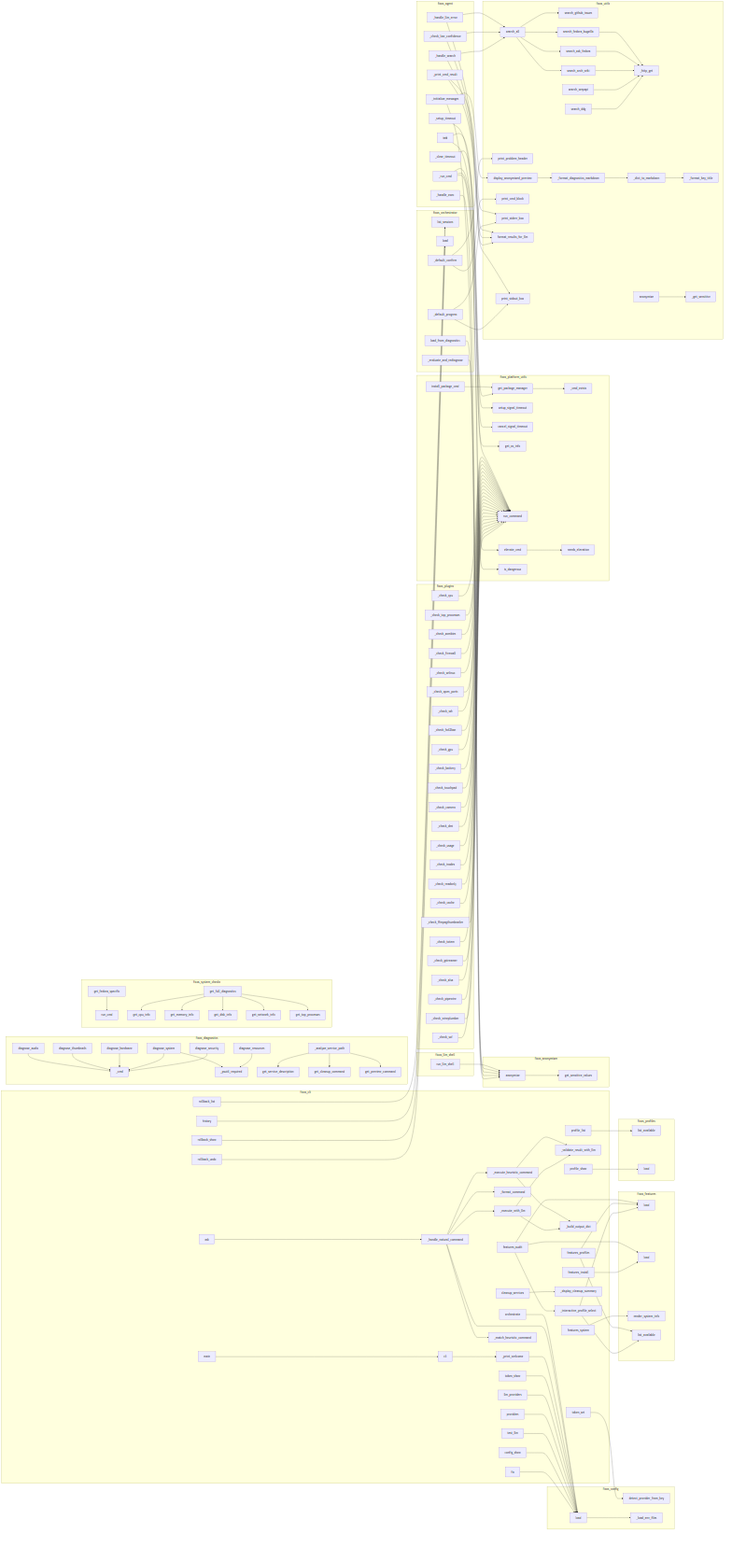
This is project/calls.png from wronai/fixos, a Mermaid export, as it was before one commit. Its source is kept beside it as project/calls.mmd.
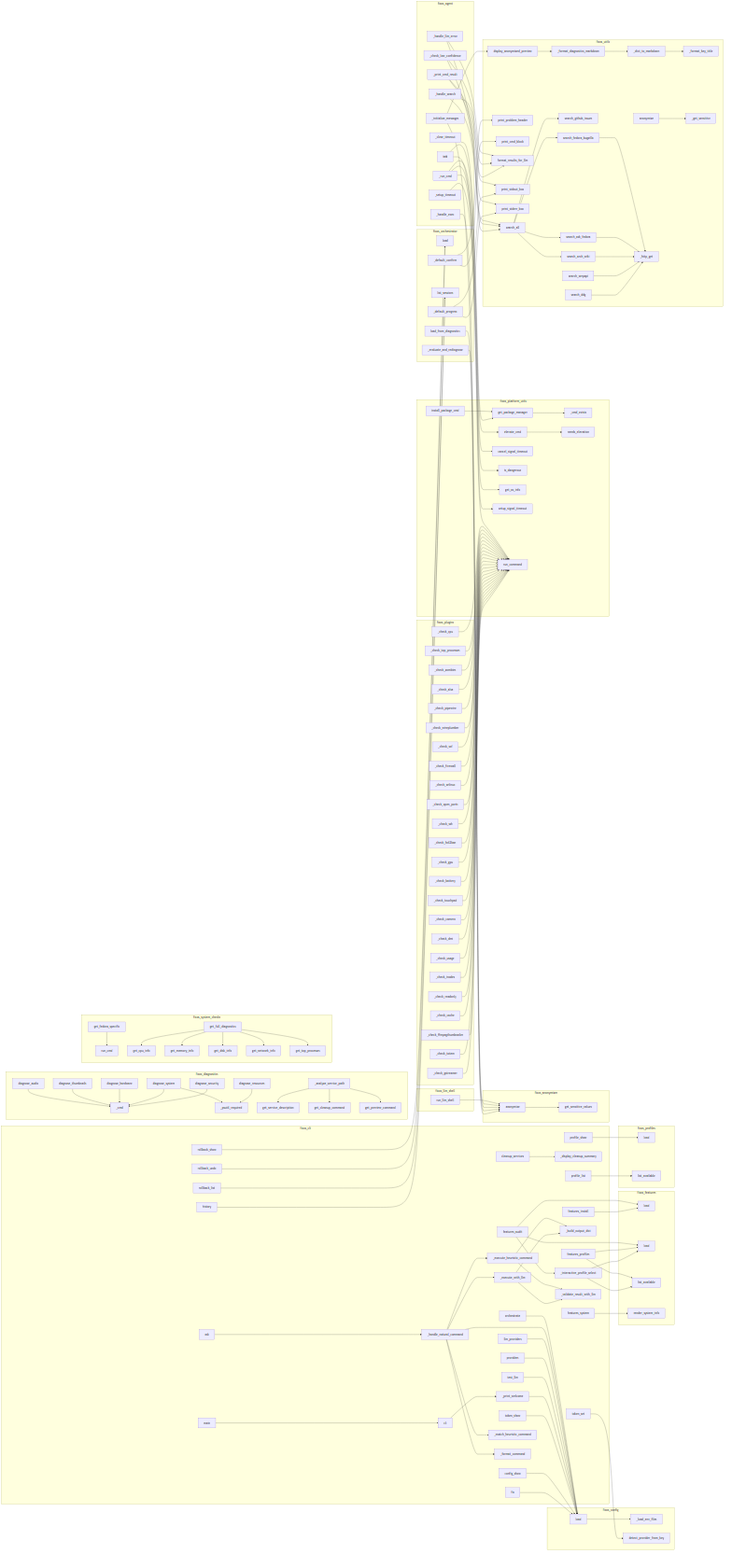
After the commit.

What changed in the source:
```diff
@@ -1,175 +1,175 @@
 flowchart LR
     subgraph fixos_agent
-        fixos___initialize_messages["_initialize_messages"]
         fixos___handle_llm_error["_handle_llm_error"]
-        fixos___handle_exec["_handle_exec"]
-        fixos___clear_timeout["_clear_timeout"]
-        fixos___print_cmd_result["_print_cmd_result"]
-        fixos___initialize_messages["_initialize_messages"]
-        fixos___check_low_confidence["_check_low_confidence"]
         fixos___setup_timeout["_setup_timeout"]
         fixos__agent__hitl_session__HITLSession____init__["__init__"]
+        fixos___handle_exec["_handle_exec"]
+        fixos___check_low_confidence["_check_low_confidence"]
+        fixos___handle_llm_error["_handle_llm_error"]
+        fixos___clear_timeout["_clear_timeout"]
+        fixos___initialize_messages["_initialize_messages"]
+        fixos___initialize_messages["_initialize_messages"]
+        fixos___handle_search["_handle_search"]
         fixos__agent__hitl_session__HITLSession___run_cmd["_run_cmd"]
-        fixos___handle_llm_error["_handle_llm_error"]
-        fixos___handle_search["_handle_search"]
+        fixos___print_cmd_result["_print_cmd_result"]
     end
     subgraph fixos_anonymizer
+        fixos__anonymizer__get_sensitive_values["get_sensitive_values"]
         fixos__anonymizer__anonymize["anonymize"]
-        fixos__anonymizer__get_sensitive_values["get_sensitive_values"]
     end
     subgraph fixos_cli
+        fixos__cli__features_cmd__features_audit["features_audit"]
+        fixos__cli__orchestrate_cmd__orchestrate["orchestrate"]
+        fixos__cli__main___print_welcome["_print_welcome"]
+        fixos__cli__provider_cmd__providers["providers"]
+        fixos__cli__history_cmd__history["history"]
+        fixos__cli__config_cmd__config_show["config_show"]
+        fixos__cli__main__main["main"]
+        fixos__cli__features_cmd__features_system["features_system"]
+        fixos__cli__ask_cmd___handle_natural_command["_handle_natural_command"]
+        fixos__cli__ask_cmd___validate_result_with_llm["_validate_result_with_llm"]
+        fixos__cli__rollback_cmd__rollback_show["rollback_show"]
+        fixos__cli__profile_cmd__profile_list["profile_list"]
+        fixos__cli__profile_cmd__profile_show["profile_show"]
+        fixos__cli__ask_cmd___build_output_dict["_build_output_dict"]
+        fixos__cli__ask_cmd___match_heuristic_command["_match_heuristic_command"]
         fixos__cli__features_cmd__features_install["features_install"]
         fixos__cli__provider_cmd__llm_providers["llm_providers"]
-        fixos__cli__ask_cmd___validate_result_with_llm["_validate_result_with_llm"]
         fixos__cli__provider_cmd__test_llm["test_llm"]
-        fixos__cli__orchestrate_cmd__orchestrate["orchestrate"]
         fixos__cli__cleanup_cmd__cleanup_services["cleanup_services"]
+        fixos__cli__cleanup_cmd___display_cleanup_summary["_display_cleanup_summary"]
         fixos__cli__rollback_cmd__rollback_undo["rollback_undo"]
-        fixos__cli__history_cmd__history["history"]
-        fixos__cli__rollback_cmd__rollback_show["rollback_show"]
-        fixos__cli__ask_cmd___handle_natural_command["_handle_natural_command"]
-        fixos__cli__profile_cmd__profile_list["profile_list"]
+        fixos__cli__token_cmd__token_show["token_show"]
+        fixos__cli__fix_cmd__fix["fix"]
         fixos__cli__rollback_cmd__rollback_list["rollback_list"]
-        fixos__cli__ask_cmd___build_output_dict["_build_output_dict"]
-        fixos__cli__fix_cmd__fix["fix"]
         fixos__cli__ask_cmd___execute_heuristic_command["_execute_heuristic_command"]
-        fixos__cli__main__main["main"]
-        fixos__cli__ask_cmd___format_command["_format_command"]
-        fixos__cli__profile_cmd__profile_show["profile_show"]
+        fixos__cli__main__cli["cli"]
         fixos__cli__ask_cmd__ask["ask"]
-        fixos__cli__provider_cmd__providers["providers"]
-        fixos__cli__ask_cmd___match_heuristic_command["_match_heuristic_command"]
-        fixos__cli__features_cmd__features_audit["features_audit"]
         fixos__cli__ask_cmd___execute_with_llm["_execute_with_llm"]
         fixos___interactive_profile_select["_interactive_profile_select"]
-        fixos__cli__main__cli["cli"]
         fixos__cli__features_cmd__features_profiles["features_profiles"]
+        fixos__cli__ask_cmd___format_command["_format_command"]
         fixos__cli__token_cmd__token_set["token_set"]
-        fixos__cli__features_cmd__features_system["features_system"]
-        fixos__cli__main___print_welcome["_print_welcome"]
-        fixos__cli__config_cmd__config_show["config_show"]
-        fixos__cli__cleanup_cmd___display_cleanup_summary["_display_cleanup_summary"]
-        fixos__cli__token_cmd__token_show["token_show"]
     end
     subgraph fixos_config
+        fixos__config___load_env_files["_load_env_files"]
         fixos__config__detect_provider_from_key["detect_provider_from_key"]
         fixos__config__FixOsConfig__load["load"]
-        fixos__config___load_env_files["_load_env_files"]
     end
     subgraph fixos_diagnostics
-        fixos__diagnostics__system_checks__diagnose_audio["diagnose_audio"]
+        fixos__diagnose_thumbnails["diagnose_thumbnails"]
+        fixos__get_cleanup_command["get_cleanup_command"]
         fixos__diagnose_security["diagnose_security"]
-        fixos__diagnostics__system_checks___cmd["_cmd"]
         fixos__diagnose_hardware["diagnose_hardware"]
-        fixos__get_cleanup_command["get_cleanup_command"]
-        fixos___psutil_required["_psutil_required"]
-        fixos__get_preview_command["get_preview_command"]
-        fixos__get_service_description["get_service_description"]
-        fixos___analyze_service_path["_analyze_service_path"]
         fixos__diagnose_resources["diagnose_resources"]
         fixos__diagnostics__system_checks__diagnose_system["diagnose_system"]
-        fixos__diagnose_thumbnails["diagnose_thumbnails"]
+        fixos__get_preview_command["get_preview_command"]
+        fixos___analyze_service_path["_analyze_service_path"]
+        fixos__get_service_description["get_service_description"]
+        fixos___psutil_required["_psutil_required"]
+        fixos__diagnostics__system_checks__diagnose_audio["diagnose_audio"]
+        fixos__diagnostics__system_checks___cmd["_cmd"]
     end
     subgraph fixos_features
         fixos__features__catalog__PackageCatalog__load["load"]
-        fixos__features__profiles__UserProfile__load["load"]
         fixos__list_available["list_available"]
         fixos__render_system_info["render_system_info"]
+        fixos__features__profiles__UserProfile__load["load"]
     end
     subgraph fixos_llm_shell
         fixos__llm_shell__run_llm_shell["run_llm_shell"]
     end
     subgraph fixos_orchestrator
-        fixos___default_confirm["_default_confirm"]
-        fixos___default_progress["_default_progress"]
         fixos__list_sessions["list_sessions"]
         fixos__load_from_diagnostics["load_from_diagnostics"]
         fixos__load["load"]
         fixos___evaluate_and_rediagnose["_evaluate_and_rediagnose"]
+        fixos___default_progress["_default_progress"]
+        fixos___default_confirm["_default_confirm"]
     end
     subgraph fixos_platform_utils
+        fixos__platform_utils__get_package_manager["get_package_manager"]
+        fixos__platform_utils__cancel_signal_timeout["cancel_signal_timeout"]
+        fixos__platform_utils__run_command["run_command"]
+        fixos__platform_utils___cmd_exists["_cmd_exists"]
+        fixos__platform_utils__elevate_cmd["elevate_cmd"]
+        fixos__platform_utils__needs_elevation["needs_elevation"]
         fixos__platform_utils__install_package_cmd["install_package_cmd"]
         fixos__platform_utils__setup_signal_timeout["setup_signal_timeout"]
-        fixos__platform_utils__get_package_manager["get_package_manager"]
         fixos__platform_utils__is_dangerous["is_dangerous"]
-        fixos__platform_utils__needs_elevation["needs_elevation"]
-        fixos__platform_utils___cmd_exists["_cmd_exists"]
-        fixos__platform_utils__run_command["run_command"]
-        fixos__platform_utils__elevate_cmd["elevate_cmd"]
-        fixos__platform_utils__cancel_signal_timeout["cancel_signal_timeout"]
         fixos__platform_utils__get_os_info["get_os_info"]
     end
     subgraph fixos_plugins
         fixos___check_usage["_check_usage"]
+        fixos___check_gstreamer["_check_gstreamer"]
+        fixos___check_totem["_check_totem"]
         fixos___check_dmi["_check_dmi"]
+        fixos___check_battery["_check_battery"]
+        fixos___check_gpu["_check_gpu"]
+        fixos___check_top_processes["_check_top_processes"]
+        fixos___check_cache["_check_cache"]
+        fixos___check_touchpad["_check_touchpad"]
+        fixos___check_ffmpegthumbnailer["_check_ffmpegthumbnailer"]
+        fixos___check_alsa["_check_alsa"]
+        fixos___check_pipewire["_check_pipewire"]
+        fixos___check_readonly["_check_readonly"]
+        fixos___check_cpu["_check_cpu"]
+        fixos___check_wireplumber["_check_wireplumber"]
+        fixos___check_camera["_check_camera"]
+        fixos___check_selinux["_check_selinux"]
+        fixos___check_inodes["_check_inodes"]
         fixos__plugins__builtin__audio__Plugin___check_sof["_check_sof"]
-        fixos___check_selinux["_check_selinux"]
-        fixos___check_readonly["_check_readonly"]
-        fixos___check_totem["_check_totem"]
-        fixos___check_camera["_check_camera"]
-        fixos___check_gpu["_check_gpu"]
+        fixos___check_zombies["_check_zombies"]
+        fixos___check_open_ports["_check_open_ports"]
         fixos___check_firewall["_check_firewall"]
-        fixos___check_battery["_check_battery"]
-        fixos___check_open_ports["_check_open_ports"]
-        fixos___check_alsa["_check_alsa"]
-        fixos___check_top_processes["_check_top_processes"]
-        fixos___check_ffmpegthumbnailer["_check_ffmpegthumbnailer"]
-        fixos___check_cpu["_check_cpu"]
-        fixos___check_zombies["_check_zombies"]
+        fixos___check_ssh["_check_ssh"]
         fixos___check_fail2ban["_check_fail2ban"]
-        fixos___check_touchpad["_check_touchpad"]
-        fixos___check_pipewire["_check_pipewire"]
-        fixos___check_wireplumber["_check_wireplumber"]
-        fixos___check_ssh["_check_ssh"]
-        fixos___check_inodes["_check_inodes"]
-        fixos___check_cache["_check_cache"]
-        fixos___check_gstreamer["_check_gstreamer"]
     end
     subgraph fixos_profiles
         fixos__profiles__Profile__load["load"]
         fixos__profiles__Profile__list_available["list_available"]
     end
     subgraph fixos_system_checks
+        fixos__system_checks__get_cpu_info["get_cpu_info"]
+        fixos__system_checks__get_disk_info["get_disk_info"]
         fixos__system_checks__get_full_diagnostics["get_full_diagnostics"]
-        fixos__system_checks__get_disk_info["get_disk_info"]
+        fixos__system_checks__get_top_processes["get_top_processes"]
         fixos__system_checks__run_cmd["run_cmd"]
-        fixos__system_checks__get_cpu_info["get_cpu_info"]
-        fixos__system_checks__get_top_processes["get_top_processes"]
+        fixos__system_checks__get_network_info["get_network_info"]
+        fixos__system_checks__get_fedora_specific["get_fedora_specific"]
         fixos__system_checks__get_memory_info["get_memory_info"]
-        fixos__system_checks__get_fedora_specific["get_fedora_specific"]
-        fixos__system_checks__get_network_info["get_network_info"]
     end
     subgraph fixos_utils
+        fixos__utils__web_search__search_ddg["search_ddg"]
+        fixos__utils__web_search___http_get["_http_get"]
         fixos__utils__anonymizer__anonymize["anonymize"]
-        fixos__utils__web_search__search_fedora_bugzilla["search_fedora_bugzilla"]
-        fixos__utils__web_search__search_serpapi["search_serpapi"]
+        fixos__utils__anonymizer___format_key_title["_format_key_title"]
         fixos__utils__anonymizer___dict_to_markdown["_dict_to_markdown"]
         fixos__utils__web_search__search_github_issues["search_github_issues"]
-        fixos__utils__web_search___http_get["_http_get"]
+        fixos__utils__web_search__format_results_for_llm["format_results_for_llm"]
+        fixos__utils__web_search__search_all["search_all"]
+        fixos__utils__web_search__search_serpapi["search_serpapi"]
         fixos__utils__terminal__print_stdout_box["print_stdout_box"]
+        fixos__utils__web_search__search_fedora_bugzilla["search_fedora_bugzilla"]
+        fixos__utils__web_search__search_arch_wiki["search_arch_wiki"]
+        fixos__utils__web_search__search_ask_fedora["search_ask_fedora"]
+        fixos__utils__anonymizer___get_sensitive["_get_sensitive"]
+        fixos__utils__terminal__print_problem_header["print_problem_header"]
+        fixos__utils__terminal__print_stderr_box["print_stderr_box"]
+        fixos___format_diagnostics_markdown["_format_diagnostics_markdown"]
+        fixos__utils__terminal__print_cmd_block["print_cmd_block"]
         fixos__display_anonymized_preview["display_anonymized_preview"]
-        fixos__utils__terminal__print_stderr_box["print_stderr_box"]
-        fixos__utils__terminal__print_problem_header["print_problem_header"]
-        fixos__utils__web_search__search_all["search_all"]
-        fixos__utils__anonymizer___get_sensitive["_get_sensitive"]
-        fixos__utils__web_search__search_arch_wiki["search_arch_wiki"]
-        fixos__utils__anonymizer___format_key_title["_format_key_title"]
-        fixos__utils__web_search__format_results_for_llm["format_results_for_llm"]
-        fixos__utils__web_search__search_ask_fedora["search_ask_fedora"]
-        fixos___format_diagnostics_markdown["_format_diagnostics_markdown"]
-        fixos__utils__web_search__search_ddg["search_ddg"]
-        fixos__utils__terminal__print_cmd_block["print_cmd_block"]
     end
     fixos__platform_utils__elevate_cmd --> fixos__platform_utils__needs_elevation
     fixos__platform_utils__get_package_manager --> fixos__platform_utils___cmd_exists
     fixos__platform_utils__install_package_cmd --> fixos__platform_utils__get_package_manager
+    fixos__anonymizer__anonymize --> fixos__anonymizer__get_sensitive_values
     fixos__system_checks__get_fedora_specific --> fixos__system_checks__run_cmd
     fixos__system_checks__get_full_diagnostics --> fixos__system_checks__get_cpu_info
     fixos__system_checks__get_full_diagnostics --> fixos__system_checks__get_memory_info
     fixos__system_checks__get_full_diagnostics --> fixos__system_checks__get_disk_info
     fixos__system_checks__get_full_diagnostics --> fixos__system_checks__get_network_info
     fixos__system_checks__get_full_diagnostics --> fixos__system_checks__get_top_processes
-    fixos__anonymizer__anonymize --> fixos__anonymizer__get_sensitive_values
     fixos__llm_shell__run_llm_shell --> fixos__anonymizer__anonymize
     fixos__diagnostics__system_checks__diagnose_audio --> fixos__diagnostics__system_checks___cmd
     fixos__diagnose_thumbnails --> fixos__diagnostics__system_checks___cmd
@@ -197,19 +197,15 @@
     fixos___analyze_service_path --> fixos__get_service_description
     fixos___analyze_service_path --> fixos__get_cleanup_command
     fixos___analyze_service_path --> fixos__get_preview_command
+    fixos___handle_search --> fixos__utils__web_search__search_all
+    fixos___handle_search --> fixos__utils__web_search__format_results_for_llm
+    fixos___handle_exec --> fixos__anonymizer__anonymize
     fixos__cli__profile_cmd__profile_list --> fixos__profiles__Profile__list_available
     fixos__cli__profile_cmd__profile_show --> fixos__profiles__Profile__load
     fixos__cli__orchestrate_cmd__orchestrate --> fixos__config__FixOsConfig__load
     fixos__cli__rollback_cmd__rollback_list --> fixos__list_sessions
     fixos__cli__rollback_cmd__rollback_show --> fixos__load
     fixos__cli__rollback_cmd__rollback_undo --> fixos__load
-    fixos__cli__provider_cmd__llm_providers --> fixos__config__FixOsConfig__load
-    fixos__cli__provider_cmd__providers --> fixos__config__FixOsConfig__load
-    fixos__cli__provider_cmd__test_llm --> fixos__config__FixOsConfig__load
-    fixos___handle_search --> fixos__utils__web_search__search_all
-    fixos___handle_search --> fixos__utils__web_search__format_results_for_llm
-    fixos___handle_exec --> fixos__anonymizer__anonymize
-    fixos__cli__history_cmd__history --> fixos__list_sessions
     fixos__cli__ask_cmd__ask --> fixos__cli__ask_cmd___handle_natural_command
     fixos__cli__ask_cmd___execute_heuristic_command --> fixos__cli__ask_cmd___build_output_dict
     fixos__cli__ask_cmd___execute_heuristic_command --> fixos__cli__ask_cmd___validate_result_with_llm
@@ -220,13 +216,13 @@
     fixos__cli__ask_cmd___handle_natural_command --> fixos__cli__ask_cmd___execute_with_llm
     fixos__cli__ask_cmd___handle_natural_command --> fixos__cli__ask_cmd___format_command
     fixos__cli__ask_cmd___handle_natural_command --> fixos__cli__ask_cmd___execute_heuristic_command
+    fixos__cli__history_cmd__history --> fixos__list_sessions
+    fixos__cli__cleanup_cmd__cleanup_services --> fixos__cli__cleanup_cmd___display_cleanup_summary
     fixos__cli__main__cli --> fixos__cli__main___print_welcome
     fixos__cli__main___print_welcome --> fixos__config__FixOsConfig__load
     fixos__cli__main__main --> fixos__cli__main__cli
     fixos__cli__token_cmd__token_set --> fixos__config__detect_provider_from_key
     fixos__cli__token_cmd__token_show --> fixos__config__FixOsConfig__load
-    fixos__cli__cleanup_cmd__cleanup_services --> fixos__cli__cleanup_cmd___display_cleanup_summary
-    fixos__cli__config_cmd__config_show --> fixos__config__FixOsConfig__load
     fixos__cli__features_cmd__features_audit --> fixos__features__catalog__PackageCatalog__load
     fixos__cli__features_cmd__features_audit --> fixos___interactive_profile_select
     fixos__cli__features_cmd__features_audit --> fixos__features__profiles__UserProfile__load
@@ -236,6 +232,10 @@
     fixos__cli__features_cmd__features_system --> fixos__render_system_info
     fixos___interactive_profile_select --> fixos__list_available
     fixos___interactive_profile_select --> fixos__features__profiles__UserProfile__load
+    fixos__cli__config_cmd__config_show --> fixos__config__FixOsConfig__load
+    fixos__cli__provider_cmd__llm_providers --> fixos__config__FixOsConfig__load
+    fixos__cli__provider_cmd__providers --> fixos__config__FixOsConfig__load
+    fixos__cli__provider_cmd__test_llm --> fixos__config__FixOsConfig__load
     fixos__cli__fix_cmd__fix --> fixos__config__FixOsConfig__load
     fixos__utils__anonymizer__anonymize --> fixos__utils__anonymizer___get_sensitive
     fixos__display_anonymized_preview --> fixos___format_diagnostics_markdown
@@ -256,13 +256,13 @@
     fixos___default_confirm --> fixos__utils__terminal__print_cmd_block
     fixos___default_progress --> fixos__utils__terminal__print_stdout_box
     fixos___default_progress --> fixos__utils__terminal__print_stderr_box
+    fixos___check_cpu --> fixos__platform_utils__run_command
+    fixos___check_top_processes --> fixos__platform_utils__run_command
+    fixos___check_zombies --> fixos__platform_utils__run_command
     fixos___check_alsa --> fixos__platform_utils__run_command
     fixos___check_pipewire --> fixos__platform_utils__run_command
     fixos___check_wireplumber --> fixos__platform_utils__run_command
     fixos__plugins__builtin__audio__Plugin___check_sof --> fixos__platform_utils__run_command
-    fixos___check_cpu --> fixos__platform_utils__run_command
-    fixos___check_top_processes --> fixos__platform_utils__run_command
-    fixos___check_zombies --> fixos__platform_utils__run_command
     fixos___check_gpu --> fixos__platform_utils__run_command
     fixos___check_battery --> fixos__platform_utils__run_command
     fixos___check_touchpad --> fixos__platform_utils__run_command
@@ -273,10 +273,10 @@
     fixos___check_open_ports --> fixos__platform_utils__run_command
     fixos___check_ssh --> fixos__platform_utils__run_command
     fixos___check_fail2ban --> fixos__platform_utils__run_command
-    fixos___check_usage --> fixos__platform_utils__run_command
-    fixos___check_inodes --> fixos__platform_utils__run_command
-    fixos___check_readonly --> fixos__platform_utils__run_command
     fixos___check_cache --> fixos__platform_utils__run_command
     fixos___check_ffmpegthumbnailer --> fixos__platform_utils__run_command
     fixos___check_totem --> fixos__platform_utils__run_command
     fixos___check_gstreamer --> fixos__platform_utils__run_command
+    fixos___check_usage --> fixos__platform_utils__run_command
+    fixos___check_inodes --> fixos__platform_utils__run_command
+    fixos___check_readonly --> fixos__platform_utils__run_command
```
